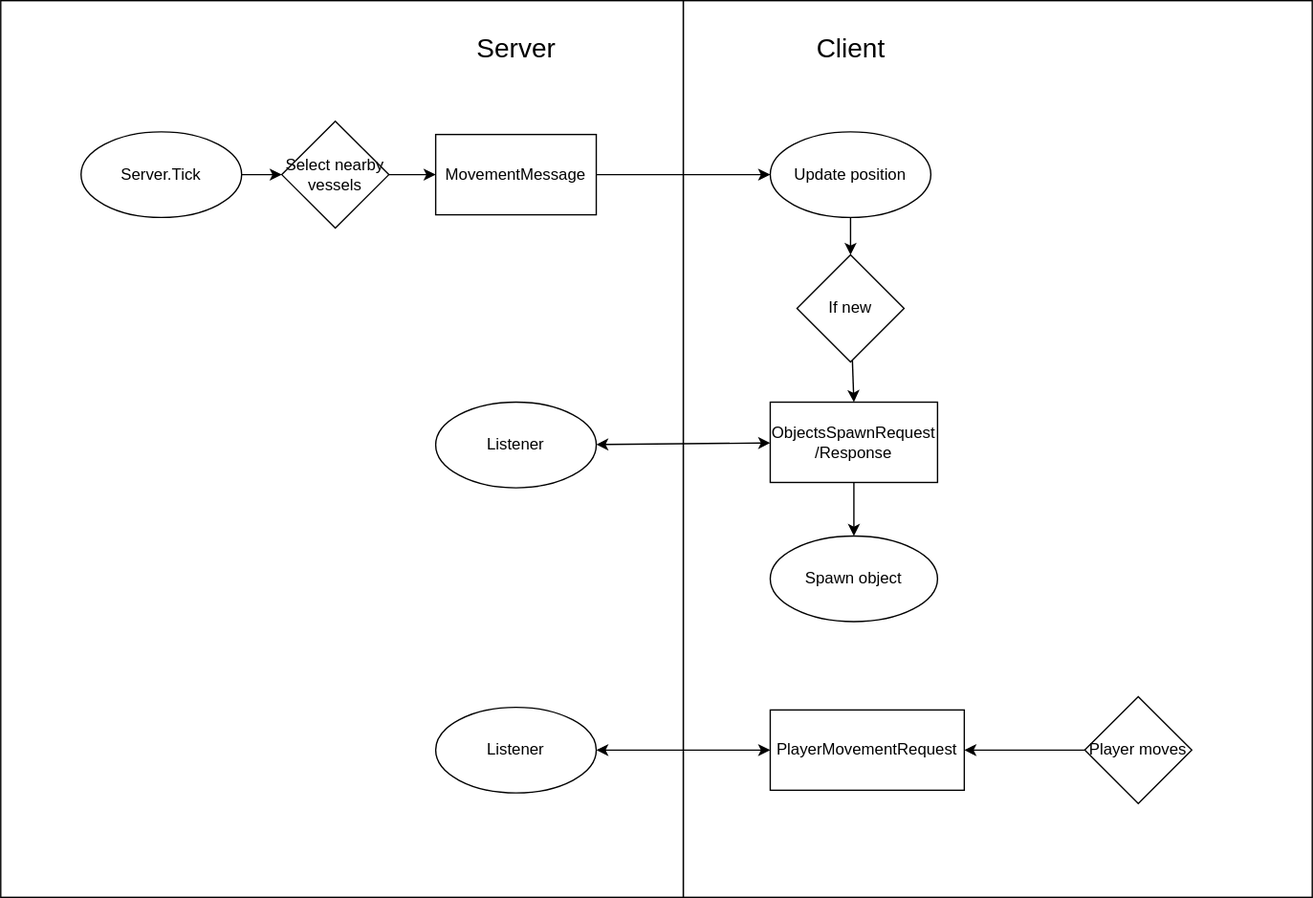
The draw.io diagram documentation/res/Movement.drawio.svg in OpenHellion/OpenHellion.github.io, before a commit. Source tidied: cells renumbered, new cells last; positions are measured from the earlier drawing's top-left corner, leaving out a move shared by most shapes.
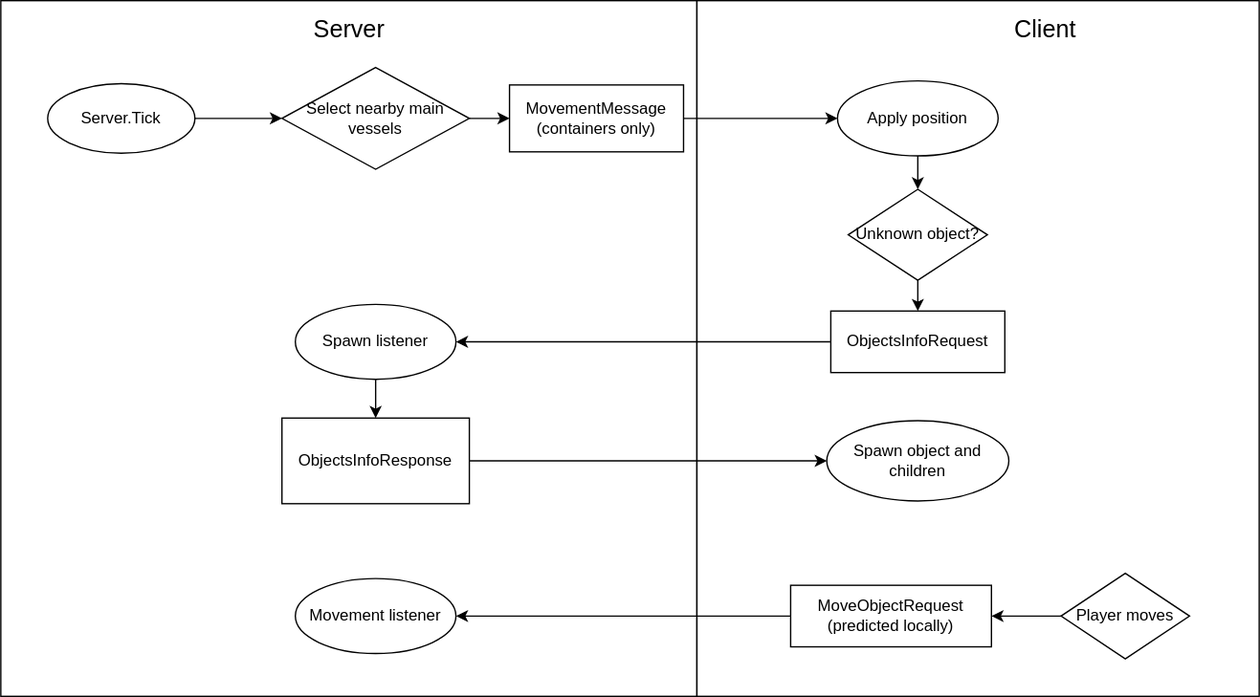
Later version of the same file.

Diff of the diagram source:
```diff
@@ -2,79 +2,83 @@
   <root>
     <mxCell id="0" />
     <mxCell id="1" parent="0" />
-    <mxCell id="2" style="rounded=0;whiteSpace=wrap;html=1;" parent="1" vertex="1">
-      <mxGeometry x="510" width="470" height="670" as="geometry" />
-    </mxCell>
-    <mxCell id="3" style="rounded=0;whiteSpace=wrap;html=1;" parent="1" vertex="1">
-      <mxGeometry width="510" height="670" as="geometry" />
-    </mxCell>
-    <mxCell id="4" style="edgeStyle=none;html=1;entryX=0;entryY=0.5;entryDx=0;entryDy=0;" parent="1" edge="1" source="5">
-      <mxGeometry relative="1" as="geometry">
-        <mxPoint x="575" y="130" as="targetPoint" />
-      </mxGeometry>
-    </mxCell>
-    <mxCell id="5" value="MovementMessage" style="rounded=0;whiteSpace=wrap;html=1;" parent="1" vertex="1">
-      <mxGeometry x="325" y="100" width="120" height="60" as="geometry" />
-    </mxCell>
+    <mxCell id="26" style="rounded=0;whiteSpace=wrap;html=1;verticalAlign=top;" parent="1" vertex="1">
+      <mxGeometry x="-140" y="-280" width="520" height="520" as="geometry" />
+    </mxCell>
+    <mxCell id="27" style="rounded=0;whiteSpace=wrap;html=1;verticalAlign=top;" parent="1" vertex="1">
+      <mxGeometry x="380" y="-280" width="420" height="520" as="geometry" />
+    </mxCell>
-    <mxCell id="6" value="&lt;font style=&quot;font-size: 20px;&quot;&gt;Server&lt;/font&gt;" style="text;html=1;align=center;verticalAlign=middle;strokeColor=none;fillColor=none;" parent="1" vertex="1">
-      <mxGeometry x="345" y="15" width="80" height="40" as="geometry" />
+    <mxCell id="6" value="Server" style="text;html=1;align=center;verticalAlign=middle;fontSize=18;" parent="1" vertex="1">
+      <mxGeometry x="70" y="-274" width="100" height="32" as="geometry" />
     </mxCell>
-    <mxCell id="7" value="&lt;font style=&quot;font-size: 20px;&quot;&gt;Client&lt;/font&gt;" style="text;html=1;align=center;verticalAlign=middle;strokeColor=none;fillColor=none;" parent="1" vertex="1">
-      <mxGeometry x="600" y="15" width="70" height="40" as="geometry" />
+    <mxCell id="7" value="Client" style="text;html=1;align=center;verticalAlign=middle;fontSize=18;" parent="1" vertex="1">
+      <mxGeometry x="590" y="-274" width="100" height="32" as="geometry" />
     </mxCell>
-    <mxCell id="8" style="edgeStyle=none;html=1;" parent="1" edge="1" source="9" target="11">
-      <mxGeometry relative="1" as="geometry" />
-    </mxCell>
-    <mxCell id="9" value="Update position" style="ellipse;whiteSpace=wrap;html=1;" parent="1" vertex="1">
-      <mxGeometry x="575" y="98" width="120" height="64" as="geometry" />
-    </mxCell>
-    <mxCell id="10" style="edgeStyle=none;html=1;entryX=0.5;entryY=0;entryDx=0;entryDy=0;" parent="1" edge="1" source="11" target="13">
-      <mxGeometry relative="1" as="geometry" />
-    </mxCell>
-    <mxCell id="11" value="If new" style="rhombus;whiteSpace=wrap;html=1;" parent="1" vertex="1">
-      <mxGeometry x="595" y="190" width="80" height="80" as="geometry" />
-    </mxCell>
-    <mxCell id="12" style="edgeStyle=none;html=1;" parent="1" edge="1" source="13" target="25">
-      <mxGeometry relative="1" as="geometry" />
-    </mxCell>
-    <mxCell id="13" value="ObjectsSpawnRequest /Response" style="rounded=0;whiteSpace=wrap;html=1;" parent="1" vertex="1">
-      <mxGeometry x="575" y="300" width="125" height="60" as="geometry" />
-    </mxCell>
-    <mxCell id="14" style="edgeStyle=none;html=1;startArrow=classic;startFill=1;" parent="1" edge="1" source="15" target="13">
-      <mxGeometry relative="1" as="geometry" />
-    </mxCell>
-    <mxCell id="15" value="Listener" style="ellipse;whiteSpace=wrap;html=1;" parent="1" vertex="1">
-      <mxGeometry x="325" y="300" width="120" height="64" as="geometry" />
-    </mxCell>
-    <mxCell id="16" style="edgeStyle=none;html=1;" parent="1" edge="1" source="17" target="19">
-      <mxGeometry relative="1" as="geometry" />
-    </mxCell>
-    <mxCell id="17" value="Server.Tick" style="ellipse;whiteSpace=wrap;html=1;" parent="1" vertex="1">
-      <mxGeometry x="60" y="98" width="120" height="64" as="geometry" />
+    <mxCell id="17" value="Server.Tick" style="ellipse;whiteSpace=wrap;html=1;fontSize=12;" parent="1" vertex="1">
+      <mxGeometry x="-105" y="-218" width="110" height="52" as="geometry" />
     </mxCell>
-    <mxCell id="18" style="edgeStyle=none;html=1;" parent="1" edge="1" source="19" target="5">
-      <mxGeometry relative="1" as="geometry" />
-    </mxCell>
-    <mxCell id="19" value="Select nearby vessels" style="rhombus;whiteSpace=wrap;html=1;" parent="1" vertex="1">
-      <mxGeometry x="210" y="90" width="80" height="80" as="geometry" />
-    </mxCell>
-    <mxCell id="20" style="edgeStyle=none;html=1;startArrow=classic;startFill=1;" parent="1" edge="1" source="21" target="24">
-      <mxGeometry relative="1" as="geometry" />
-    </mxCell>
-    <mxCell id="21" value="PlayerMovementRequest" style="rounded=0;whiteSpace=wrap;html=1;" parent="1" vertex="1">
-      <mxGeometry x="575" y="530" width="145" height="60" as="geometry" />
-    </mxCell>
-    <mxCell id="22" style="edgeStyle=none;html=1;entryX=1;entryY=0.5;entryDx=0;entryDy=0;" parent="1" edge="1" source="23" target="21">
-      <mxGeometry relative="1" as="geometry" />
-    </mxCell>
+    <mxCell id="28" value="Select nearby&amp;#10;main vessels" style="rhombus;whiteSpace=wrap;html=1;fontSize=12;" parent="1" vertex="1">
+      <mxGeometry x="70" y="-230" width="140" height="76" as="geometry" />
+    </mxCell>
+    <mxCell id="29" value="MovementMessage&amp;#10;(containers only)" style="rounded=0;whiteSpace=wrap;html=1;fontSize=12;" parent="1" vertex="1">
+      <mxGeometry x="240" y="-217" width="130" height="50" as="geometry" />
+    </mxCell>
+    <mxCell id="30" value="Apply position" style="ellipse;whiteSpace=wrap;html=1;fontSize=12;" parent="1" vertex="1">
+      <mxGeometry x="485" y="-220" width="120" height="56" as="geometry" />
+    </mxCell>
+    <mxCell id="31" value="Unknown&amp;#10;object?" style="rhombus;whiteSpace=wrap;html=1;fontSize=12;" parent="1" vertex="1">
+      <mxGeometry x="493" y="-139" width="104" height="68" as="geometry" />
+    </mxCell>
+    <mxCell id="32" value="ObjectsInfoRequest" style="rounded=0;whiteSpace=wrap;html=1;fontSize=12;" parent="1" vertex="1">
+      <mxGeometry x="480" y="-48" width="130" height="46" as="geometry" />
+    </mxCell>
+    <mxCell id="33" value="Spawn listener" style="ellipse;whiteSpace=wrap;html=1;fontSize=12;" parent="1" vertex="1">
+      <mxGeometry x="80" y="-53" width="120" height="56" as="geometry" />
+    </mxCell>
+    <mxCell id="34" value="ObjectsInfoResponse" style="rounded=0;whiteSpace=wrap;html=1;fontSize=12;" parent="1" vertex="1">
+      <mxGeometry x="70" y="32" width="140" height="64" as="geometry" />
+    </mxCell>
+    <mxCell id="35" value="Spawn object and children" style="ellipse;whiteSpace=wrap;html=1;fontSize=12;" parent="1" vertex="1">
+      <mxGeometry x="477" y="34" width="136" height="60" as="geometry" />
+    </mxCell>
-    <mxCell id="23" value="Player moves" style="rhombus;whiteSpace=wrap;html=1;" parent="1" vertex="1">
-      <mxGeometry x="810" y="520" width="80" height="80" as="geometry" />
+    <mxCell id="23" value="Player moves" style="rhombus;whiteSpace=wrap;html=1;fontSize=12;" parent="1" vertex="1">
+      <mxGeometry x="652" y="148" width="96" height="64" as="geometry" />
     </mxCell>
-    <mxCell id="24" value="Listener" style="ellipse;whiteSpace=wrap;html=1;" parent="1" vertex="1">
-      <mxGeometry x="325" y="528" width="120" height="64" as="geometry" />
-    </mxCell>
-    <mxCell id="25" value="Spawn object" style="ellipse;whiteSpace=wrap;html=1;" parent="1" vertex="1">
-      <mxGeometry x="575" y="400" width="125" height="64" as="geometry" />
-    </mxCell>
+    <mxCell id="36" value="MoveObjectRequest&amp;#10;(predicted locally)" style="rounded=0;whiteSpace=wrap;html=1;fontSize=12;" parent="1" vertex="1">
+      <mxGeometry x="450" y="157" width="150" height="46" as="geometry" />
+    </mxCell>
+    <mxCell id="37" value="Movement listener" style="ellipse;whiteSpace=wrap;html=1;fontSize=12;" parent="1" vertex="1">
+      <mxGeometry x="80" y="152" width="120" height="56" as="geometry" />
+    </mxCell>
+    <mxCell id="38" style="edgeStyle=orthogonalEdgeStyle;rounded=0;html=1;" parent="1" edge="1" source="17" target="28">
+      <mxGeometry relative="1" as="geometry" />
+    </mxCell>
+    <mxCell id="39" style="edgeStyle=orthogonalEdgeStyle;rounded=0;html=1;" parent="1" edge="1" source="28" target="29">
+      <mxGeometry relative="1" as="geometry" />
+    </mxCell>
+    <mxCell id="40" style="edgeStyle=orthogonalEdgeStyle;rounded=0;html=1;" parent="1" edge="1" source="29" target="30">
+      <mxGeometry relative="1" as="geometry" />
+    </mxCell>
+    <mxCell id="41" style="edgeStyle=orthogonalEdgeStyle;rounded=0;html=1;" parent="1" edge="1" source="30" target="31">
+      <mxGeometry relative="1" as="geometry" />
+    </mxCell>
+    <mxCell id="42" style="edgeStyle=orthogonalEdgeStyle;rounded=0;html=1;" parent="1" edge="1" source="31" target="32">
+      <mxGeometry relative="1" as="geometry" />
+    </mxCell>
+    <mxCell id="43" style="edgeStyle=orthogonalEdgeStyle;rounded=0;html=1;" parent="1" edge="1" source="32" target="33">
+      <mxGeometry relative="1" as="geometry" />
+    </mxCell>
+    <mxCell id="44" style="edgeStyle=orthogonalEdgeStyle;rounded=0;html=1;" parent="1" edge="1" source="33" target="34">
+      <mxGeometry relative="1" as="geometry" />
+    </mxCell>
+    <mxCell id="45" style="edgeStyle=orthogonalEdgeStyle;rounded=0;html=1;" parent="1" edge="1" source="34" target="35">
+      <mxGeometry relative="1" as="geometry" />
+    </mxCell>
+    <mxCell id="46" style="edgeStyle=orthogonalEdgeStyle;rounded=0;html=1;" parent="1" edge="1" source="23" target="36">
+      <mxGeometry relative="1" as="geometry" />
+    </mxCell>
+    <mxCell id="47" style="edgeStyle=orthogonalEdgeStyle;rounded=0;html=1;" parent="1" edge="1" source="36" target="37">
+      <mxGeometry relative="1" as="geometry" />
+    </mxCell>
   </root>
 </mxGraphModel>
```
